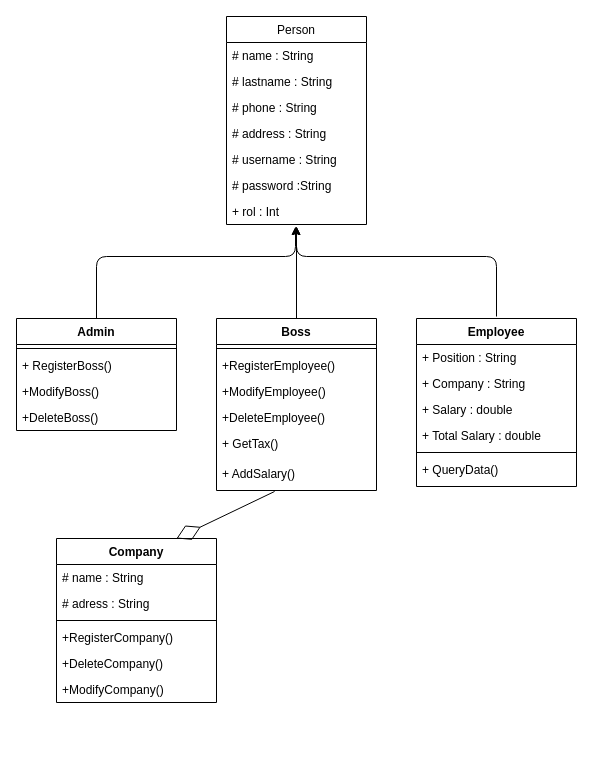
The draw.io diagram page "Página-1" (1 of 2) of DIAGRAMAS/classDiagram.drawio in KenyaPaiz/NominaApi, before the edit. Source tidied: cells renumbered, new cells numbered last; positions are measured from the earlier drawing's top-left corner, leaving out a move shared by most shapes. Both pictures are drawn from the tidied source at 100%, with x=0, y=0 at pixel (16, 16).
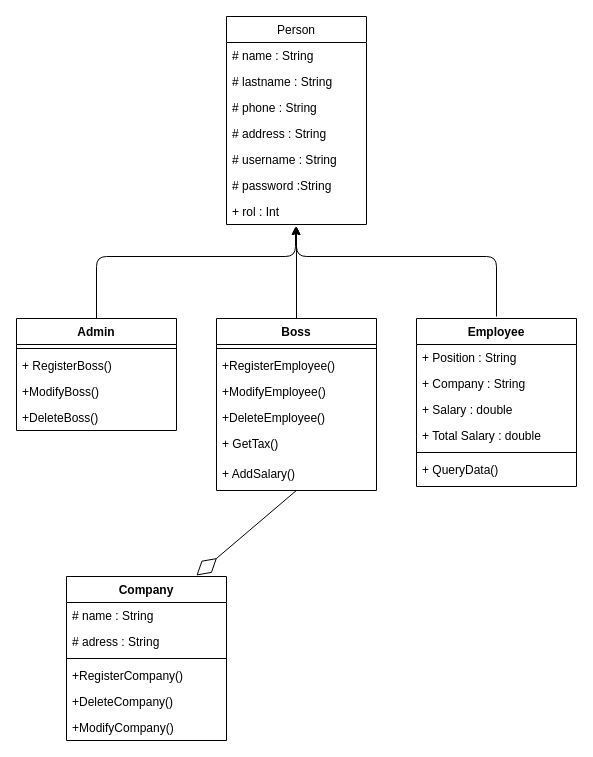
The same page after the edit.

The change refers to these unchanged cells:
```xml
<mxCell id="23" value="+ AddSalary()&#10;" style="text;strokeColor=none;fillColor=none;align=left;verticalAlign=top;spacingLeft=4;spacingRight=4;overflow=hidden;points=[[0,0.5],[1,0.5]];portConstraint=eastwest;" parent="17" vertex="1">
  <mxGeometry y="142" width="160" height="30" as="geometry" />
</mxCell>
```

Diff of the diagram source:
```diff
@@
     <mxCell id="32" value="Company" style="swimlane;fontStyle=1;align=center;verticalAlign=top;horizontal=1;startSize=26;" parent="1" vertex="1">
-      <mxGeometry x="40" y="522" width="160" height="164" as="geometry" />
+      <mxGeometry x="50" y="560" width="160" height="164" as="geometry" />
     </mxCell>
@@
-    <mxCell id="39" style="endArrow=diamondThin;endFill=0;endSize=24;html=1;exitX=0.363;exitY=1.033;exitDx=0;exitDy=0;exitPerimeter=0;entryX=0.75;entryY=0;entryDx=0;entryDy=0;" parent="1" edge="1" source="23" target="32">
+    <mxCell id="39" style="endArrow=diamondThin;endFill=0;endSize=24;html=1;exitX=0.499;exitY=1.001;exitDx=0;exitDy=0;exitPerimeter=0;entryX=0.812;entryY=-0.006;entryDx=0;entryDy=0;entryPerimeter=0;" parent="1" edge="1" source="23" target="32">
       <mxGeometry relative="1" as="geometry" />
     </mxCell>
```
